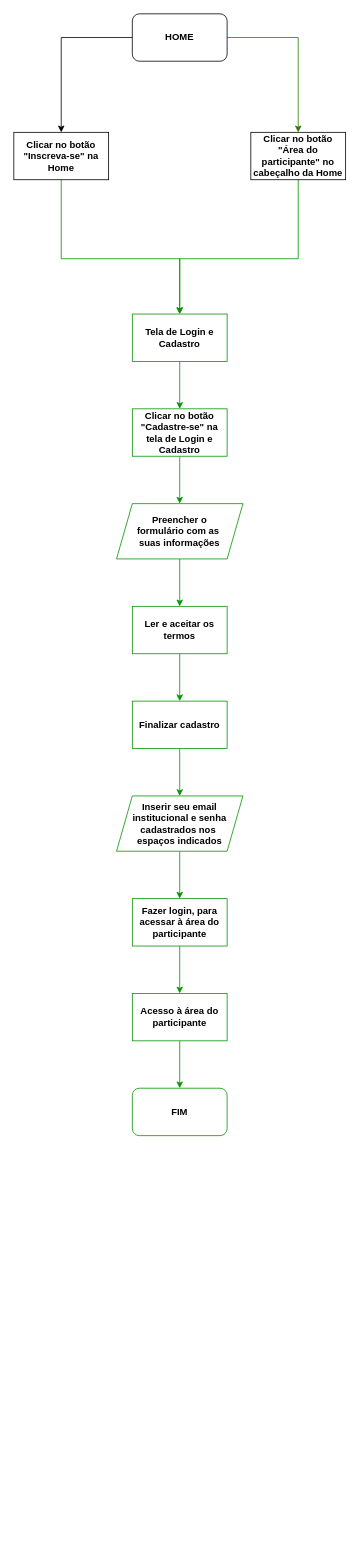
jo4o-vinicius/Flowchart-of-SIEEL-s-site keeps this draw.io diagram as page "cadastro-e-login" (1 of 7) of flowcharts-SIEEL-s-Site.drawio. Above is the earlier version. Source tidied: cells renumbered, new cells numbered last; positions are measured from the earlier drawing's top-left corner, leaving out a move shared by most shapes. Both pictures are drawn from the tidied source at 79%, with x=0, y=0 at pixel (13, 13).
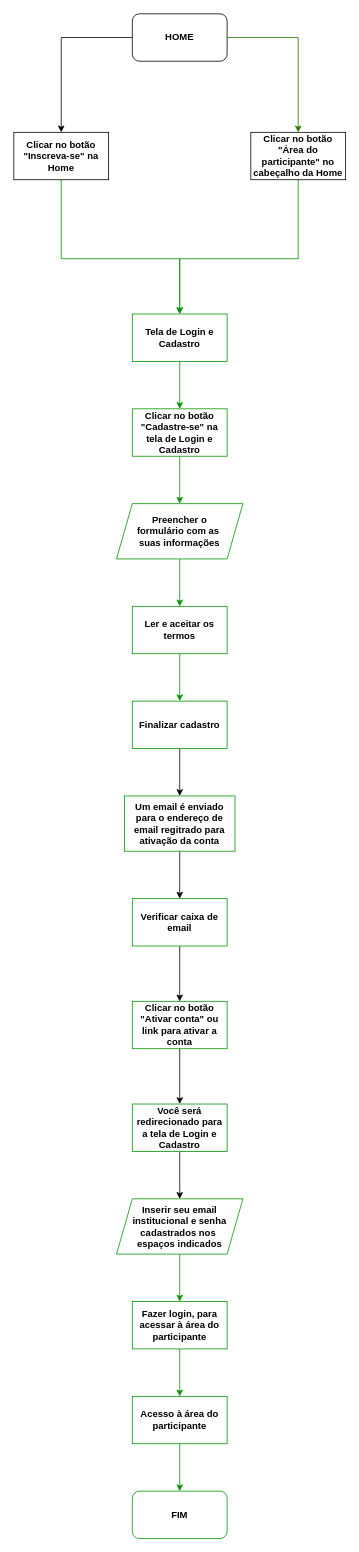
Above is the later version.

Unchanged cells that the change refers to:
```xml
<mxCell id="18" value="&lt;b&gt;Finalizar cadastro&lt;/b&gt;" style="whiteSpace=wrap;html=1;strokeColor=light-dark(#049402,#049402);" parent="1" vertex="1">
  <mxGeometry x="150" y="870" width="120" height="60" as="geometry" />
</mxCell>
```

The edit, as a diff of the source:
```diff
@@
-    <mxCell id="17" style="edgeStyle=orthogonalEdgeStyle;rounded=0;jettySize=auto;html=1;strokeColor=light-dark(#049402,#049402);" parent="1" edge="1" source="18" target="20">
-      <mxGeometry relative="1" as="geometry" />
-    </mxCell>
+    <mxCell id="26" style="edgeStyle=orthogonalEdgeStyle;rounded=0;jettySize=auto;html=1;" parent="1" edge="1" source="18" target="28">
+      <mxGeometry relative="1" as="geometry" />
+    </mxCell>
@@
     <mxCell id="20" value="&lt;div&gt;&lt;b&gt;Inserir seu email institucional e senha cadastrados nos&amp;nbsp;&lt;/b&gt;&lt;/div&gt;&lt;div&gt;&lt;b&gt;espaços indicados&lt;/b&gt;&lt;/div&gt;" style="shape=parallelogram;perimeter=parallelogramPerimeter;whiteSpace=wrap;html=1;fixedSize=1;strokeColor=light-dark(#049402,#049402);" parent="1" vertex="1">
-      <mxGeometry x="130" y="990" width="160" height="70" as="geometry" />
+      <mxGeometry x="130" y="1500" width="160" height="70" as="geometry" />
     </mxCell>
@@
     <mxCell id="22" value="&lt;b&gt;Fazer login, para acessar à área do participante&lt;/b&gt;" style="whiteSpace=wrap;html=1;strokeColor=light-dark(#049402,#049402);" parent="1" vertex="1">
-      <mxGeometry x="150" y="1120" width="120" height="60" as="geometry" />
+      <mxGeometry x="150" y="1630" width="120" height="60" as="geometry" />
     </mxCell>
@@
     <mxCell id="24" value="&lt;b&gt;Acesso à área do participante&lt;/b&gt;" style="whiteSpace=wrap;html=1;strokeColor=light-dark(#049402,#049402);" parent="1" vertex="1">
-      <mxGeometry x="150" y="1240" width="120" height="60" as="geometry" />
+      <mxGeometry x="150" y="1750" width="120" height="60" as="geometry" />
     </mxCell>
     <mxCell id="25" value="&lt;b&gt;FIM&lt;/b&gt;" style="rounded=1;whiteSpace=wrap;html=1;strokeColor=light-dark(#049402,#049402);" parent="1" vertex="1">
-      <mxGeometry x="150" y="1360" width="120" height="60" as="geometry" />
+      <mxGeometry x="150" y="1870" width="120" height="60" as="geometry" />
     </mxCell>
+    <mxCell id="27" style="edgeStyle=orthogonalEdgeStyle;rounded=0;jettySize=auto;html=1;" parent="1" edge="1" source="28" target="30">
+      <mxGeometry relative="1" as="geometry" />
+    </mxCell>
+    <mxCell id="28" value="&lt;b&gt;Um email é enviado para o endereço de email regitrado para ativação da conta&lt;/b&gt;" style="whiteSpace=wrap;html=1;strokeColor=light-dark(#049402,#049402);" parent="1" vertex="1">
+      <mxGeometry x="140" y="990" width="140" height="70" as="geometry" />
+    </mxCell>
+    <mxCell id="29" style="edgeStyle=orthogonalEdgeStyle;rounded=0;jettySize=auto;html=1;" parent="1" edge="1" source="30" target="32">
+      <mxGeometry relative="1" as="geometry" />
+    </mxCell>
+    <mxCell id="30" value="&lt;b&gt;Verificar caixa de email&lt;/b&gt;" style="whiteSpace=wrap;html=1;strokeColor=light-dark(#049402,#049402);" parent="1" vertex="1">
+      <mxGeometry x="150" y="1120" width="120" height="60" as="geometry" />
+    </mxCell>
+    <mxCell id="31" style="edgeStyle=orthogonalEdgeStyle;rounded=0;jettySize=auto;html=1;" parent="1" edge="1" source="32" target="34">
+      <mxGeometry relative="1" as="geometry" />
+    </mxCell>
+    <mxCell id="32" value="&lt;b&gt;Clicar no botão &quot;Ativar conta&quot; ou link para ativar a conta &lt;/b&gt;" style="whiteSpace=wrap;html=1;strokeColor=light-dark(#049402,#049402);" parent="1" vertex="1">
+      <mxGeometry x="150" y="1250" width="120" height="60" as="geometry" />
+    </mxCell>
+    <mxCell id="33" style="edgeStyle=orthogonalEdgeStyle;rounded=0;jettySize=auto;html=1;" parent="1" edge="1" source="34" target="20">
+      <mxGeometry relative="1" as="geometry" />
+    </mxCell>
+    <mxCell id="34" value="&lt;b&gt;Você será redirecionado para a tela de Login e Cadastro&lt;/b&gt;" style="whiteSpace=wrap;html=1;strokeColor=light-dark(#049402,#049402);" parent="1" vertex="1">
+      <mxGeometry x="150" y="1380" width="120" height="60" as="geometry" />
+    </mxCell>
```
